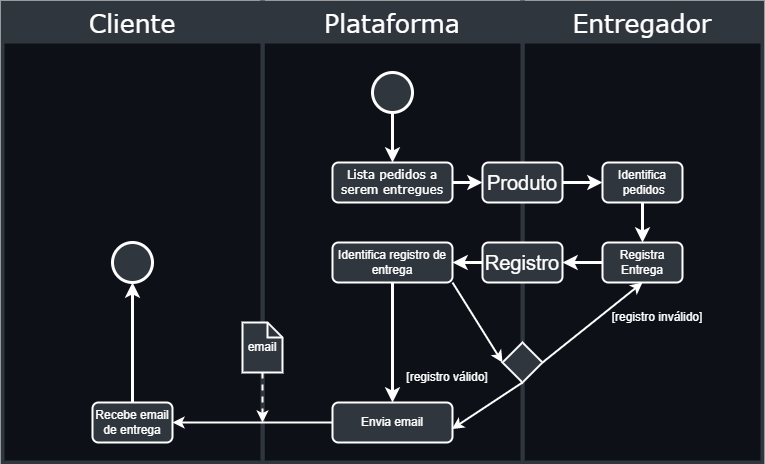
Before: img/businessProcessDetails.png, a diagram exported from draw.io (pedroblimaa/dm112-logistics-service). Source tidied: cells renumbered, new cells last; positions are measured from the earlier drawing's top-left corner, leaving out a move shared by most shapes.
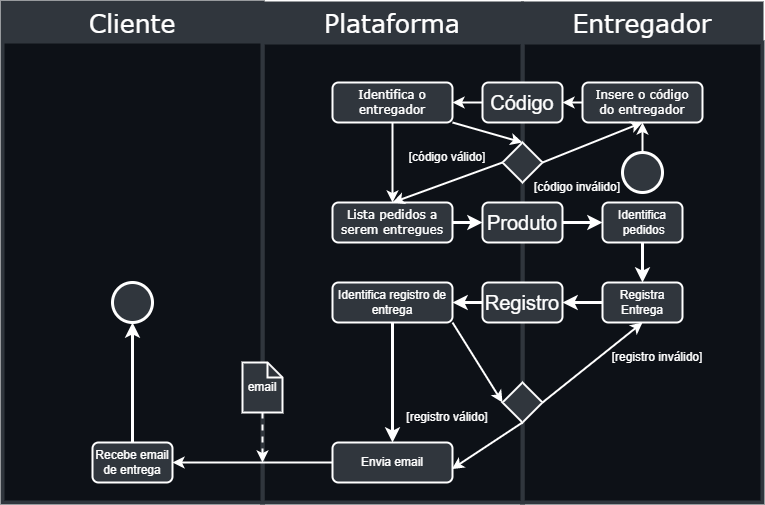
After the commit.

What changed in the source:
```diff
@@ -8,18 +8,15 @@
     <mxCell id="3" style="rounded=0;whiteSpace=wrap;html=1;fillColor=#0D1117;strokeColor=#30363D;strokeWidth=4;" parent="1" vertex="1">
       <mxGeometry x="260" width="260" height="460" as="geometry" />
     </mxCell>
-    <mxCell id="4" style="edgeStyle=orthogonalEdgeStyle;rounded=0;jettySize=auto;html=1;exitX=0.5;exitY=1;exitDx=0;exitDy=0;entryX=0.5;entryY=0;entryDx=0;entryDy=0;strokeColor=#FFFFFF;strokeWidth=3;" parent="1" edge="1" source="5" target="7">
-      <mxGeometry relative="1" as="geometry" />
-    </mxCell>
+    <mxCell id="35" style="edgeStyle=none;html=1;exitX=0.5;exitY=0;exitDx=0;exitDy=0;entryX=0.5;entryY=1;entryDx=0;entryDy=0;strokeColor=#FFF;strokeWidth=2;" parent="1" edge="1" source="5" target="37">
+      <mxGeometry relative="1" as="geometry" />
+    </mxCell>
     <mxCell id="5" style="ellipse;whiteSpace=wrap;html=1;strokeColor=#FFFFFF;strokeWidth=3;fillColor=#30363D;" parent="1" vertex="1">
-      <mxGeometry x="370" y="70" width="40" height="40" as="geometry" />
+      <mxGeometry x="620" y="110" width="40" height="40" as="geometry" />
     </mxCell>
     <mxCell id="6" style="edgeStyle=orthogonalEdgeStyle;rounded=0;jettySize=auto;html=1;entryX=0;entryY=0.5;entryDx=0;entryDy=0;strokeWidth=3;strokeColor=#FFFFFF;" parent="1" edge="1" source="7" target="9">
       <mxGeometry relative="1" as="geometry" />
     </mxCell>
-    <mxCell id="7" value="&lt;font color=&quot;#ffffff&quot; face=&quot;Verdana&quot;&gt;Lista pedidos a serem entregues&lt;/font&gt;" style="rounded=1;whiteSpace=wrap;html=1;fillColor=#30363D;strokeColor=#FFFFFF;strokeWidth=2;" parent="1" vertex="1">
-      <mxGeometry x="330" y="160" width="120" height="40" as="geometry" />
-    </mxCell>
     <mxCell id="8" style="edgeStyle=orthogonalEdgeStyle;rounded=0;jettySize=auto;html=1;exitX=1;exitY=0.5;exitDx=0;exitDy=0;entryX=0;entryY=0.5;entryDx=0;entryDy=0;strokeWidth=3;strokeColor=#FFFFFF;" parent="1" edge="1" source="9" target="11">
       <mxGeometry relative="1" as="geometry" />
     </mxCell>
@@ -54,23 +51,20 @@
       <mxGeometry x="330" y="240" width="120" height="40" as="geometry" />
     </mxCell>
     <mxCell id="19" value="&lt;font color=&quot;#ffffff&quot; face=&quot;Verdana&quot; style=&quot;font-size: 25px&quot;&gt;Plataforma&lt;/font&gt;" style="rounded=0;whiteSpace=wrap;html=1;strokeColor=#30363D;fillColor=#30363D;strokeWidth=2;" parent="1" vertex="1">
-      <mxGeometry x="260" width="260" height="40" as="geometry" />
+      <mxGeometry x="260" y="-40" width="260" height="40" as="geometry" />
     </mxCell>
     <mxCell id="20" value="&lt;font color=&quot;#ffffff&quot; face=&quot;Verdana&quot; style=&quot;font-size: 25px&quot;&gt;Entregador&lt;/font&gt;" style="rounded=0;whiteSpace=wrap;html=1;strokeColor=#30363D;fillColor=#30363D;strokeWidth=2;" parent="1" vertex="1">
-      <mxGeometry x="520" width="240" height="40" as="geometry" />
+      <mxGeometry x="520" y="-40" width="240" height="40" as="geometry" />
     </mxCell>
     <mxCell id="21" style="rounded=0;whiteSpace=wrap;html=1;fillColor=#0D1117;strokeColor=#30363D;strokeWidth=4;" parent="1" vertex="1">
-      <mxGeometry width="260" height="460" as="geometry" />
+      <mxGeometry y="-40" width="260" height="500" as="geometry" />
     </mxCell>
     <mxCell id="22" value="&lt;font color=&quot;#ffffff&quot; style=&quot;font-size: 25px&quot; face=&quot;Verdana&quot;&gt;Cliente&lt;/font&gt;" style="rounded=0;whiteSpace=wrap;html=1;fillColor=#30363D;strokeColor=#30363D;strokeWidth=2;" parent="1" vertex="1">
-      <mxGeometry width="260" height="40" as="geometry" />
+      <mxGeometry y="-40" width="260" height="40" as="geometry" />
     </mxCell>
     <mxCell id="23" style="edgeStyle=none;html=1;exitX=0;exitY=0.5;exitDx=0;exitDy=0;entryX=1;entryY=0.5;entryDx=0;entryDy=0;strokeWidth=2;strokeColor=#FFF;" parent="1" edge="1" source="24" target="26">
       <mxGeometry relative="1" as="geometry" />
     </mxCell>
-    <mxCell id="24" value="&lt;font color=&quot;#ffffff&quot;&gt;Envia email&lt;/font&gt;" style="rounded=1;whiteSpace=wrap;html=1;fillColor=#30363D;strokeColor=#FFFFFF;strokeWidth=2;" parent="1" vertex="1">
-      <mxGeometry x="330" y="400" width="120" height="40" as="geometry" />
-    </mxCell>
     <mxCell id="25" style="edgeStyle=orthogonalEdgeStyle;rounded=0;jettySize=auto;html=1;entryX=0.5;entryY=1;entryDx=0;entryDy=0;fontFamily=Verdana;fontSize=20;fontColor=#FFFFFF;strokeColor=#FFFFFF;strokeWidth=3;" parent="1" edge="1" source="26" target="27">
       <mxGeometry relative="1" as="geometry" />
     </mxCell>
@@ -86,9 +80,6 @@
     <mxCell id="29" style="edgeStyle=none;html=1;exitX=0.5;exitY=1;exitDx=0;exitDy=0;entryX=0.995;entryY=0.665;entryDx=0;entryDy=0;entryPerimeter=0;strokeWidth=2;strokeColor=#FFF;" parent="1" edge="1" source="30" target="24">
       <mxGeometry relative="1" as="geometry" />
     </mxCell>
-    <mxCell id="30" style="rhombus;whiteSpace=wrap;html=1;fillColor=#30363D;strokeWidth=2;strokeColor=#FFFFFF;" parent="1" vertex="1">
-      <mxGeometry x="500" y="340" width="40" height="40" as="geometry" />
-    </mxCell>
     <mxCell id="31" value="&lt;font color=&quot;#ffffff&quot;&gt;[registro inválido]&lt;/font&gt;" style="text;html=1;strokeColor=none;fillColor=none;align=center;verticalAlign=middle;whiteSpace=wrap;rounded=0;" parent="1" vertex="1">
       <mxGeometry x="590" y="300" width="130" height="30" as="geometry" />
     </mxCell>
@@ -103,5 +94,50 @@
     <mxCell id="34" value="&lt;font color=&quot;#ffffff&quot;&gt;email&lt;/font&gt;" style="shape=note;whiteSpace=wrap;html=1;backgroundOutline=1;darkOpacity=0.05;strokeWidth=2;fillColor=#30363D;size=15;strokeColor=#FFF;" parent="1" vertex="1">
       <mxGeometry x="240" y="320" width="40" height="50" as="geometry" />
     </mxCell>
+    <mxCell id="7" value="&lt;font color=&quot;#ffffff&quot; face=&quot;Verdana&quot;&gt;Lista pedidos a serem entregues&lt;/font&gt;" style="rounded=1;whiteSpace=wrap;html=1;fillColor=#30363D;strokeColor=#FFFFFF;strokeWidth=2;" parent="1" vertex="1">
+      <mxGeometry x="330" y="160" width="120" height="40" as="geometry" />
+    </mxCell>
+    <mxCell id="30" style="rhombus;whiteSpace=wrap;html=1;fillColor=#30363D;strokeWidth=2;strokeColor=#FFFFFF;" parent="1" vertex="1">
+      <mxGeometry x="500" y="340" width="40" height="40" as="geometry" />
+    </mxCell>
+    <mxCell id="24" value="&lt;font color=&quot;#ffffff&quot;&gt;Envia email&lt;/font&gt;" style="rounded=1;whiteSpace=wrap;html=1;fillColor=#30363D;strokeColor=#FFFFFF;strokeWidth=2;" parent="1" vertex="1">
+      <mxGeometry x="330" y="400" width="120" height="40" as="geometry" />
+    </mxCell>
+    <mxCell id="36" style="edgeStyle=none;html=1;exitX=0;exitY=0.5;exitDx=0;exitDy=0;entryX=1;entryY=0.5;entryDx=0;entryDy=0;strokeWidth=2;strokeColor=#FFF;" parent="1" edge="1" source="37" target="42">
+      <mxGeometry relative="1" as="geometry" />
+    </mxCell>
+    <mxCell id="37" value="&lt;font color=&quot;#ffffff&quot; face=&quot;Verdana&quot;&gt;Insere o código&lt;br&gt;do entregador&lt;br&gt;&lt;/font&gt;" style="rounded=1;whiteSpace=wrap;html=1;fillColor=#30363D;strokeColor=#FFFFFF;strokeWidth=2;" parent="1" vertex="1">
+      <mxGeometry x="580" y="40" width="120" height="40" as="geometry" />
+    </mxCell>
+    <mxCell id="38" style="edgeStyle=none;html=1;exitX=0.5;exitY=1;exitDx=0;exitDy=0;entryX=0.5;entryY=0;entryDx=0;entryDy=0;strokeWidth=2;strokeColor=#FFF;" parent="1" edge="1" source="40" target="7">
+      <mxGeometry relative="1" as="geometry" />
+    </mxCell>
+    <mxCell id="39" style="edgeStyle=none;html=1;exitX=1;exitY=1;exitDx=0;exitDy=0;entryX=0.5;entryY=0;entryDx=0;entryDy=0;strokeColor=#FFF;strokeWidth=2;" parent="1" edge="1" source="40" target="45">
+      <mxGeometry relative="1" as="geometry" />
+    </mxCell>
+    <mxCell id="40" value="&lt;font color=&quot;#ffffff&quot; face=&quot;Verdana&quot;&gt;Identifica o entregador&lt;br&gt;&lt;/font&gt;" style="rounded=1;whiteSpace=wrap;html=1;fillColor=#30363D;strokeColor=#FFFFFF;strokeWidth=2;" parent="1" vertex="1">
+      <mxGeometry x="330" y="40" width="120" height="40" as="geometry" />
+    </mxCell>
+    <mxCell id="41" style="edgeStyle=none;html=1;exitX=0;exitY=0.5;exitDx=0;exitDy=0;entryX=1;entryY=0.5;entryDx=0;entryDy=0;strokeWidth=2;strokeColor=#FFF;" parent="1" edge="1" source="42" target="40">
+      <mxGeometry relative="1" as="geometry" />
+    </mxCell>
+    <mxCell id="42" value="&lt;font color=&quot;#ffffff&quot; style=&quot;font-size: 20px&quot;&gt;Código&lt;/font&gt;" style="rounded=1;whiteSpace=wrap;html=1;fillColor=#30363D;strokeColor=#FFFFFF;strokeWidth=2;" parent="1" vertex="1">
+      <mxGeometry x="480" y="40" width="80" height="40" as="geometry" />
+    </mxCell>
+    <mxCell id="43" style="edgeStyle=none;html=1;exitX=1;exitY=0.5;exitDx=0;exitDy=0;entryX=0.5;entryY=1;entryDx=0;entryDy=0;strokeColor=#FFF;strokeWidth=2;" parent="1" edge="1" source="45" target="37">
+      <mxGeometry relative="1" as="geometry" />
+    </mxCell>
+    <mxCell id="44" style="edgeStyle=none;html=1;exitX=0;exitY=0.5;exitDx=0;exitDy=0;entryX=0.5;entryY=0;entryDx=0;entryDy=0;strokeColor=#FFF;strokeWidth=2;" parent="1" edge="1" source="45" target="7">
+      <mxGeometry relative="1" as="geometry" />
+    </mxCell>
+    <mxCell id="45" style="rhombus;whiteSpace=wrap;html=1;fillColor=#30363D;strokeWidth=2;strokeColor=#FFFFFF;" parent="1" vertex="1">
+      <mxGeometry x="500" y="100" width="40" height="40" as="geometry" />
+    </mxCell>
+    <mxCell id="46" value="&lt;font color=&quot;#ffffff&quot;&gt;[código inválido]&lt;/font&gt;" style="text;html=1;strokeColor=none;fillColor=none;align=center;verticalAlign=middle;whiteSpace=wrap;rounded=0;" parent="1" vertex="1">
+      <mxGeometry x="510" y="130" width="130" height="30" as="geometry" />
+    </mxCell>
+    <mxCell id="47" value="&lt;font color=&quot;#ffffff&quot;&gt;[código válido]&lt;/font&gt;" style="text;html=1;strokeColor=none;fillColor=none;align=center;verticalAlign=middle;whiteSpace=wrap;rounded=0;" parent="1" vertex="1">
+      <mxGeometry x="380" y="100" width="130" height="30" as="geometry" />
+    </mxCell>
   </root>
 </mxGraphModel>
```
